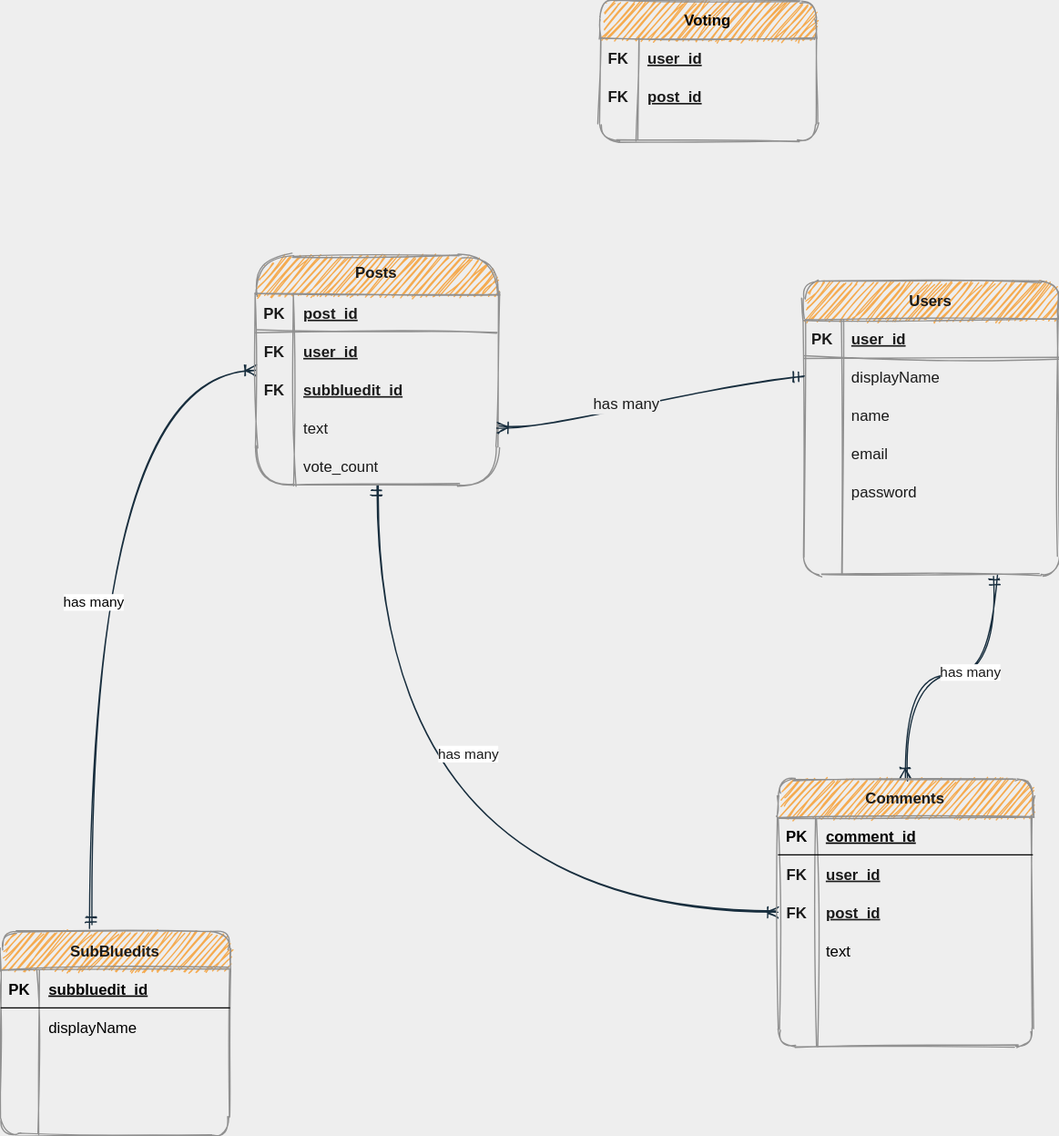
The draw.io diagram design/databaseDesign.svg in mgkyawmyotun/bluedit, before a commit. Source tidied: cells renumbered, new cells last; positions are measured from the earlier drawing's top-left corner, leaving out a move shared by most shapes.
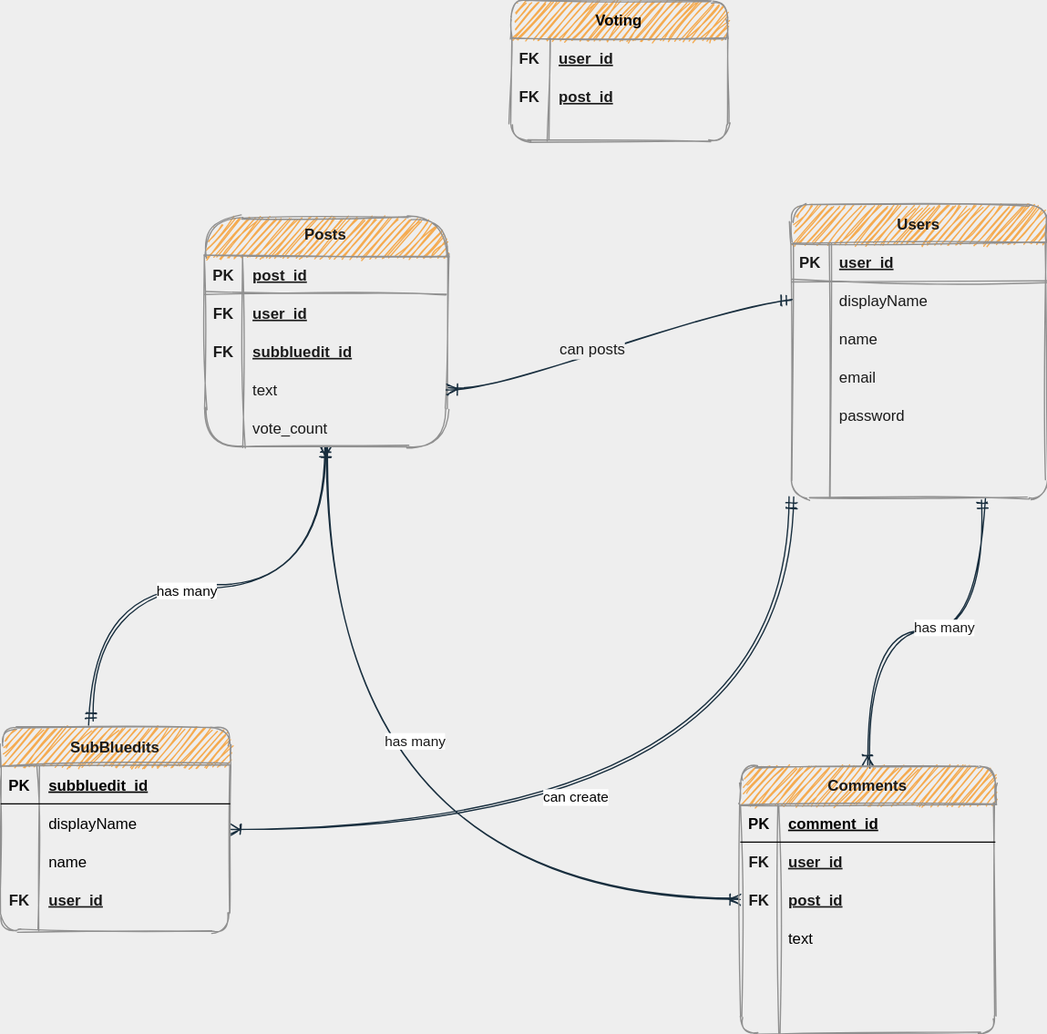
Above is the later version.

Change to the diagram source:
```diff
@@ -3,7 +3,7 @@
     <mxCell id="0" />
     <mxCell id="1" parent="0" />
     <mxCell id="2" value="Users" style="shape=table;startSize=30;rowLines=0;fontStyle=1;align=center;fillColor=#F5AB50;strokeColor=#909090;fontColor=#1A1A1A;rounded=1;sketch=1;" parent="1" vertex="1">
-      <mxGeometry x="630" y="220" width="200" height="230" as="geometry" />
+      <mxGeometry x="660" y="190" width="200" height="230" as="geometry" />
     </mxCell>
     <mxCell id="3" style="shape=partialRectangle;fillColor=none;top=0;left=0;bottom=1;right=0;strokeColor=#909090;fontColor=#1A1A1A;rounded=1;sketch=1;" parent="2" vertex="1">
       <mxGeometry y="30" width="200" height="30" as="geometry" />
@@ -116,7 +116,7 @@
     <mxCell id="39" style="edgeStyle=entityRelationEdgeStyle;fontSize=12;html=1;endArrow=ERoneToMany;entryX=1;entryY=0.5;entryDx=0;entryDy=0;exitX=0;exitY=0.5;exitDx=0;exitDy=0;strokeColor=#182E3E;labelBackgroundColor=#EEEEEE;fontColor=#1A1A1A;curved=1;sketch=1;startArrow=ERmandOne;startFill=0;" parent="1" edge="1" source="6" target="33">
       <mxGeometry relative="1" as="geometry" />
     </mxCell>
-    <mxCell id="40" value="has many" style="edgeLabel;html=1;align=center;verticalAlign=middle;fontSize=12;fontColor=#1A1A1A;labelBackgroundColor=#EEEEEE;rounded=1;sketch=1;" parent="39" vertex="1">
+    <mxCell id="40" value="can posts" style="edgeLabel;html=1;align=center;verticalAlign=middle;fontSize=12;fontColor=#1A1A1A;labelBackgroundColor=#EEEEEE;rounded=1;sketch=1;" parent="39" vertex="1">
       <mxGeometry x="0.15" y="-3" relative="1" as="geometry" />
     </mxCell>
     <mxCell id="41" style="edgeStyle=orthogonalEdgeStyle;curved=1;rounded=1;sketch=1;jettySize=auto;html=1;strokeColor=#182E3E;fontColor=#1A1A1A;endArrow=ERmandOne;endFill=0;startArrow=ERoneToMany;startFill=0;entryX=0.5;entryY=1;entryDx=0;entryDy=0;" parent="1" edge="1" source="45" target="23">
@@ -136,7 +136,7 @@
       </mxGeometry>
     </mxCell>
     <mxCell id="45" value="Comments" style="shape=table;startSize=30;rowLines=0;fontStyle=1;align=center;rounded=1;sketch=1;strokeColor=#909090;fillColor=#F5AB50;fontColor=#1A1A1A;" parent="1" vertex="1">
-      <mxGeometry x="610" y="610" width="200" height="210" as="geometry" />
+      <mxGeometry x="620" y="630" width="200" height="210" as="geometry" />
     </mxCell>
     <mxCell id="46" style="shape=partialRectangle;fillColor=none;top=0;left=0;bottom=1;right=0;" parent="45" vertex="1">
       <mxGeometry y="30" width="200" height="30" as="geometry" />
@@ -183,8 +183,14 @@
     <mxCell id="60" style="shape=partialRectangle;fillColor=none;top=0;left=0;bottom=0;right=0;align=left;spacingLeft=6;overflow=hidden;" parent="58" vertex="1">
       <mxGeometry x="30" width="170" height="30" as="geometry" />
     </mxCell>
+    <mxCell id="81" style="edgeStyle=orthogonalEdgeStyle;curved=1;rounded=1;sketch=1;jettySize=auto;html=1;entryX=0;entryY=1;entryDx=0;entryDy=0;startArrow=ERoneToMany;startFill=0;endArrow=ERmandOne;endFill=0;strokeColor=#182E3E;fontColor=#030303;" parent="1" edge="1" source="61" target="2">
+      <mxGeometry relative="1" as="geometry" />
+    </mxCell>
+    <mxCell id="82" value="can create" style="edgeLabel;html=1;align=center;verticalAlign=middle;fontColor=#030303;" parent="81" vertex="1">
+      <mxGeometry x="-0.23" y="26" relative="1" as="geometry" />
+    </mxCell>
     <mxCell id="61" value="SubBluedits" style="shape=table;startSize=30;rowLines=0;fontStyle=1;align=center;rounded=1;sketch=1;strokeColor=#909090;fillColor=#F5AB50;fontColor=#1A1A1A;" parent="1" vertex="1">
-      <mxGeometry y="730" width="180" height="160" as="geometry" />
+      <mxGeometry x="40" y="600" width="180" height="160" as="geometry" />
     </mxCell>
     <mxCell id="62" style="shape=partialRectangle;fillColor=none;top=0;left=0;bottom=1;right=0;" parent="61" vertex="1">
       <mxGeometry y="30" width="180" height="30" as="geometry" />
@@ -207,23 +213,23 @@
     <mxCell id="68" style="shape=partialRectangle;fillColor=none;top=0;left=0;bottom=0;right=0;" parent="61" vertex="1">
       <mxGeometry y="90" width="180" height="30" as="geometry" />
     </mxCell>
-    <mxCell id="69" style="shape=partialRectangle;fillColor=none;top=0;left=0;bottom=0;right=0;overflow=hidden;" parent="68" vertex="1">
-      <mxGeometry width="30" height="30" as="geometry" />
-    </mxCell>
-    <mxCell id="70" style="shape=partialRectangle;fillColor=none;top=0;left=0;bottom=0;right=0;align=left;spacingLeft=6;overflow=hidden;" parent="68" vertex="1">
-      <mxGeometry x="30" width="150" height="30" as="geometry" />
-    </mxCell>
-    <mxCell id="71" style="shape=partialRectangle;fillColor=none;top=0;left=0;bottom=0;right=0;" parent="61" vertex="1">
-      <mxGeometry y="120" width="180" height="30" as="geometry" />
-    </mxCell>
-    <mxCell id="72" style="shape=partialRectangle;fillColor=none;top=0;left=0;bottom=0;right=0;overflow=hidden;" parent="71" vertex="1">
-      <mxGeometry width="30" height="30" as="geometry" />
-    </mxCell>
-    <mxCell id="73" style="shape=partialRectangle;fillColor=none;top=0;left=0;bottom=0;right=0;align=left;spacingLeft=6;overflow=hidden;" parent="71" vertex="1">
-      <mxGeometry x="30" width="150" height="30" as="geometry" />
-    </mxCell>
+    <mxCell id="83" style="shape=partialRectangle;fillColor=none;top=0;left=0;bottom=0;right=0;overflow=hidden;" parent="68" vertex="1">
+      <mxGeometry width="30" height="30" as="geometry" />
+    </mxCell>
+    <mxCell id="84" value="name" style="shape=partialRectangle;fillColor=none;top=0;left=0;bottom=0;right=0;align=left;spacingLeft=6;overflow=hidden;" parent="68" vertex="1">
+      <mxGeometry x="30" width="150" height="30" as="geometry" />
+    </mxCell>
+    <mxCell id="85" style="shape=partialRectangle;fillColor=none;top=0;left=0;bottom=0;right=0;strokeColor=#909090;fontColor=#1A1A1A;rounded=1;sketch=1;" parent="61" vertex="1">
+      <mxGeometry y="120" width="180" height="30" as="geometry" />
+    </mxCell>
+    <mxCell id="86" value="FK" style="shape=partialRectangle;fillColor=none;top=0;left=0;bottom=0;right=0;overflow=hidden;strokeWidth=1;fontSize=12;fontStyle=1;strokeColor=#909090;fontColor=#1A1A1A;rounded=1;sketch=1;" parent="85" vertex="1">
+      <mxGeometry width="30" height="30" as="geometry" />
+    </mxCell>
+    <mxCell id="87" value="user_id" style="shape=partialRectangle;fillColor=none;top=0;left=0;bottom=0;right=0;align=left;spacingLeft=6;overflow=hidden;fontStyle=5;strokeColor=#909090;fontColor=#1A1A1A;rounded=1;sketch=1;" parent="85" vertex="1">
+      <mxGeometry x="30" width="150" height="30" as="geometry" />
+    </mxCell>
     <mxCell id="74" value="Voting" style="shape=table;startSize=30;rowLines=0;fontStyle=1;align=center;rounded=1;labelBackgroundColor=none;sketch=1;strokeColor=#909090;fillColor=#F5AB50;fontColor=#030303;" parent="1" vertex="1">
-      <mxGeometry x="470" width="170" height="110" as="geometry" />
+      <mxGeometry x="440" y="30" width="170" height="110" as="geometry" />
     </mxCell>
     <mxCell id="75" style="shape=partialRectangle;fillColor=none;top=0;left=0;bottom=0;right=0;strokeColor=#909090;fontColor=#1A1A1A;rounded=1;sketch=1;" parent="74" vertex="1">
       <mxGeometry y="30" width="170" height="30" as="geometry" />
```
